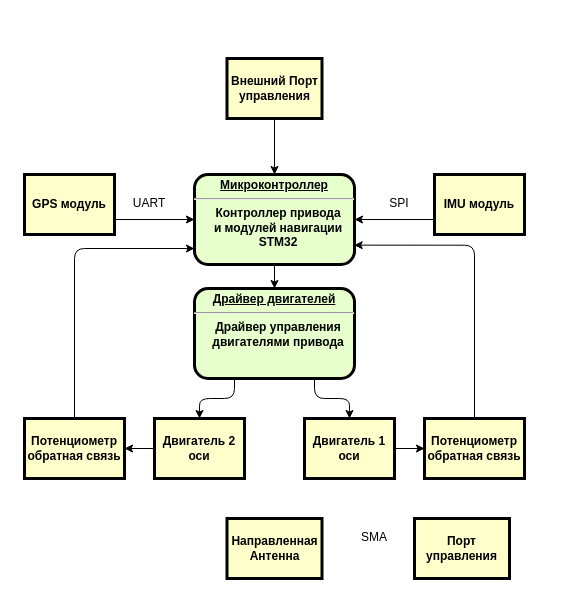
Above: two-axis gimbal.drawio in artem-sann/Two_axis_gimbal (draw.io), before the change. Source tidied: cells renumbered, new cells numbered last; positions are measured from the earlier drawing's top-left corner, leaving out a move shared by most shapes. Both pictures are drawn from the tidied source at 100%, with x=0, y=0 at pixel (24, 58).
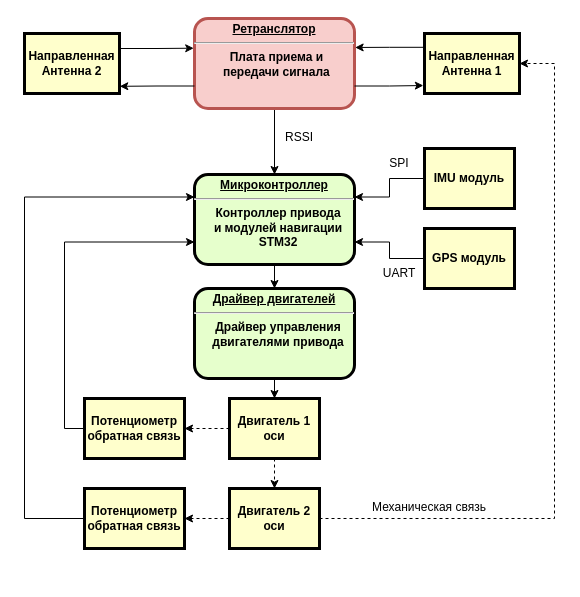
After the change.

Commit message (it also covers changes not shown here):
некоторые изменения после консультации

The change refers to these unchanged cells:
```xml
<mxCell id="3" value="&lt;p style=&quot;margin: 0px; margin-top: 4px; text-align: center; text-decoration: underline;&quot;&gt;&lt;strong&gt;Микроконтроллер&lt;/strong&gt;&lt;/p&gt;&lt;hr&gt;&lt;p style=&quot;margin: 0px; margin-left: 8px;&quot;&gt;Контроллер привода&lt;/p&gt;&lt;p style=&quot;margin: 0px; margin-left: 8px;&quot;&gt;и модулей навигации&lt;br&gt;STM32&lt;/p&gt;" style="verticalAlign=middle;align=center;overflow=fill;fontSize=12;fontFamily=Helvetica;html=1;rounded=1;fontStyle=1;strokeWidth=3;fillColor=#E6FFCC;" parent="1" vertex="1">
  <mxGeometry x="170" y="116" width="160" height="90" as="geometry" />
</mxCell>
<mxCell id="8" value="&lt;p style=&quot;margin: 0px; margin-top: 4px; text-align: center; text-decoration: underline;&quot;&gt;Драйвер двигателей&lt;/p&gt;&lt;hr&gt;&lt;p style=&quot;margin: 0px; margin-left: 8px;&quot;&gt;Драйвер управления&lt;/p&gt;&lt;p style=&quot;margin: 0px; margin-left: 8px;&quot;&gt;двигателями привода&lt;/p&gt;" style="verticalAlign=middle;align=center;overflow=fill;fontSize=12;fontFamily=Helvetica;html=1;rounded=1;fontStyle=1;strokeWidth=3;fillColor=#E6FFCC;" parent="1" vertex="1">
  <mxGeometry x="170" y="230" width="160" height="90" as="geometry" />
</mxCell>
```

Change to the diagram source:
```diff
@@
+    <mxCell id="26" style="edgeStyle=orthogonalEdgeStyle;rounded=0;jettySize=auto;html=1;exitX=0.5;exitY=1;exitDx=0;exitDy=0;entryX=0.5;entryY=0;entryDx=0;entryDy=0;dashed=1;" parent="1" edge="1" source="5" target="10">
+      <mxGeometry relative="1" as="geometry" />
+    </mxCell>
-    <mxCell id="4" style="edgeStyle=orthogonalEdgeStyle;rounded=0;jettySize=auto;html=1;" parent="1" edge="1" source="5" target="12">
+    <mxCell id="4" style="edgeStyle=orthogonalEdgeStyle;rounded=0;jettySize=auto;html=1;dashed=1;" parent="1" edge="1" source="5" target="12">
       <mxGeometry relative="1" as="geometry" />
     </mxCell>
     <mxCell id="5" value="Двигатель 1 оси" style="whiteSpace=wrap;align=center;verticalAlign=middle;fontStyle=1;strokeWidth=3;fillColor=#FFFFCC;" parent="1" vertex="1">
-      <mxGeometry x="280" y="360" width="90" height="60" as="geometry" />
+      <mxGeometry x="205" y="340" width="90" height="60" as="geometry" />
     </mxCell>
-    <mxCell id="6" style="edgeStyle=orthogonalEdgeStyle;rounded=1;jettySize=auto;html=1;exitX=0.75;exitY=1;exitDx=0;exitDy=0;entryX=0.5;entryY=0;entryDx=0;entryDy=0;curved=0;" parent="1" edge="1" source="8" target="5">
+    <mxCell id="6" style="edgeStyle=orthogonalEdgeStyle;rounded=0;jettySize=auto;html=1;exitX=0.5;exitY=1;exitDx=0;exitDy=0;" parent="1" edge="1" source="8" target="5">
       <mxGeometry relative="1" as="geometry" />
     </mxCell>
-    <mxCell id="7" style="edgeStyle=orthogonalEdgeStyle;rounded=1;jettySize=auto;html=1;exitX=0.25;exitY=1;exitDx=0;exitDy=0;curved=0;" parent="1" edge="1" source="8" target="10">
-      <mxGeometry relative="1" as="geometry" />
-    </mxCell>
@@
-    <mxCell id="9" style="edgeStyle=orthogonalEdgeStyle;rounded=0;jettySize=auto;html=1;" parent="1" edge="1" source="10" target="14">
+    <mxCell id="9" style="edgeStyle=orthogonalEdgeStyle;rounded=0;jettySize=auto;html=1;dashed=1;" parent="1" edge="1" source="10" target="14">
       <mxGeometry relative="1" as="geometry" />
     </mxCell>
+    <mxCell id="27" style="edgeStyle=orthogonalEdgeStyle;rounded=0;jettySize=auto;html=1;entryX=1;entryY=0.5;entryDx=0;entryDy=0;dashed=1;" parent="1" edge="1" source="10" target="29">
+      <mxGeometry relative="1" as="geometry">
+        <Array as="points">
+          <mxPoint x="530" y="460" />
+          <mxPoint x="530" y="5" />
+        </Array>
+      </mxGeometry>
+    </mxCell>
     <mxCell id="10" value="Двигатель 2 оси" style="whiteSpace=wrap;align=center;verticalAlign=middle;fontStyle=1;strokeWidth=3;fillColor=#FFFFCC;" parent="1" vertex="1">
-      <mxGeometry x="130" y="360" width="90" height="60" as="geometry" />
+      <mxGeometry x="205" y="430" width="90" height="60" as="geometry" />
     </mxCell>
-    <mxCell id="11" style="edgeStyle=orthogonalEdgeStyle;rounded=1;jettySize=auto;html=1;entryX=0.998;entryY=0.785;entryDx=0;entryDy=0;entryPerimeter=0;curved=0;" parent="1" edge="1" source="12" target="3">
+    <mxCell id="11" style="edgeStyle=orthogonalEdgeStyle;rounded=0;jettySize=auto;html=1;entryX=0;entryY=0.75;entryDx=0;entryDy=0;" parent="1" edge="1" source="12" target="3">
       <mxGeometry relative="1" as="geometry">
         <Array as="points">
-          <mxPoint x="450" y="187" />
-          <mxPoint x="330" y="187" />
+          <mxPoint x="40" y="370" />
+          <mxPoint x="40" y="184" />
         </Array>
       </mxGeometry>
     </mxCell>
     <mxCell id="12" value="Потенциометр обратная связь" style="whiteSpace=wrap;align=center;verticalAlign=middle;fontStyle=1;strokeWidth=3;fillColor=#FFFFCC;" parent="1" vertex="1">
-      <mxGeometry x="400" y="360" width="100" height="60" as="geometry" />
+      <mxGeometry x="60" y="340" width="100" height="60" as="geometry" />
     </mxCell>
-    <mxCell id="13" style="edgeStyle=orthogonalEdgeStyle;rounded=1;jettySize=auto;html=1;curved=0;" parent="1" edge="1" source="14">
-      <mxGeometry relative="1" as="geometry">
-        <mxPoint x="170" y="190" as="targetPoint" />
-        <Array as="points">
-          <mxPoint x="50" y="190" />
-          <mxPoint x="170" y="190" />
-        </Array>
-      </mxGeometry>
-    </mxCell>
+    <mxCell id="28" style="edgeStyle=orthogonalEdgeStyle;rounded=0;jettySize=auto;html=1;entryX=0;entryY=0.25;entryDx=0;entryDy=0;" parent="1" edge="1" source="14" target="3">
+      <mxGeometry relative="1" as="geometry">
+        <Array as="points">
+          <mxPoint y="460" />
+          <mxPoint y="138" />
+        </Array>
+      </mxGeometry>
+    </mxCell>
     <mxCell id="14" value="Потенциометр обратная связь" style="whiteSpace=wrap;align=center;verticalAlign=middle;fontStyle=1;strokeWidth=3;fillColor=#FFFFCC;" parent="1" vertex="1">
-      <mxGeometry y="360" width="100" height="60" as="geometry" />
+      <mxGeometry x="60" y="430" width="100" height="60" as="geometry" />
     </mxCell>
-    <mxCell id="15" style="edgeStyle=orthogonalEdgeStyle;rounded=0;jettySize=auto;html=1;exitX=1;exitY=0.75;exitDx=0;exitDy=0;entryX=0;entryY=0.5;entryDx=0;entryDy=0;" parent="1" edge="1" source="16" target="3">
+    <mxCell id="15" style="edgeStyle=orthogonalEdgeStyle;rounded=0;jettySize=auto;html=1;entryX=1;entryY=0.75;entryDx=0;entryDy=0;" parent="1" edge="1" source="16" target="3">
       <mxGeometry relative="1" as="geometry" />
     </mxCell>
     <mxCell id="16" value="GPS модуль" style="whiteSpace=wrap;align=center;verticalAlign=middle;fontStyle=1;strokeWidth=3;fillColor=#FFFFCC;" parent="1" vertex="1">
-      <mxGeometry y="116" width="90" height="60" as="geometry" />
+      <mxGeometry x="400" y="170" width="90" height="60" as="geometry" />
     </mxCell>
-    <mxCell id="17" style="edgeStyle=orthogonalEdgeStyle;rounded=0;jettySize=auto;html=1;entryX=1;entryY=0.5;entryDx=0;entryDy=0;" parent="1" edge="1" source="18" target="3">
-      <mxGeometry relative="1" as="geometry">
-        <Array as="points">
-          <mxPoint x="495" y="161" />
-        </Array>
-      </mxGeometry>
+    <mxCell id="17" style="edgeStyle=orthogonalEdgeStyle;rounded=0;jettySize=auto;html=1;entryX=1;entryY=0.25;entryDx=0;entryDy=0;" parent="1" edge="1" source="18" target="3">
+      <mxGeometry relative="1" as="geometry" />
     </mxCell>
     <mxCell id="18" value="IMU модуль" style="whiteSpace=wrap;align=center;verticalAlign=middle;fontStyle=1;strokeWidth=3;fillColor=#FFFFCC;" parent="1" vertex="1">
-      <mxGeometry x="410" y="116" width="90" height="60" as="geometry" />
+      <mxGeometry x="400" y="90" width="90" height="60" as="geometry" />
     </mxCell>
-    <mxCell id="19" value="Направленная&#10;Антенна" style="whiteSpace=wrap;align=center;verticalAlign=middle;fontStyle=1;strokeWidth=3;fillColor=#FFFFCC;" parent="1" vertex="1">
-      <mxGeometry x="202.5" y="460" width="95" height="60" as="geometry" />
+    <mxCell id="19" value="Направленная&#10;Антенна 2" style="whiteSpace=wrap;align=center;verticalAlign=middle;fontStyle=1;strokeWidth=3;fillColor=#FFFFCC;" parent="1" vertex="1">
+      <mxGeometry y="-25" width="95" height="60" as="geometry" />
     </mxCell>
     <mxCell id="20" value="SPI" style="text;spacingTop=-5;align=center;" parent="1" vertex="1">
-      <mxGeometry x="360" y="136" width="30" height="20" as="geometry" />
+      <mxGeometry x="360" y="96" width="30" height="20" as="geometry" />
     </mxCell>
     <mxCell id="21" value="UART" style="text;spacingTop=-5;align=center;" parent="1" vertex="1">
-      <mxGeometry x="110" y="136" width="30" height="20" as="geometry" />
+      <mxGeometry x="360" y="206" width="30" height="20" as="geometry" />
     </mxCell>
-    <mxCell id="22" style="edgeStyle=orthogonalEdgeStyle;rounded=0;jettySize=auto;html=1;entryX=0.5;entryY=0;entryDx=0;entryDy=0;" parent="1" edge="1" source="23" target="3">
-      <mxGeometry relative="1" as="geometry" />
-    </mxCell>
-    <mxCell id="23" value="Внешний Порт управления" style="whiteSpace=wrap;align=center;verticalAlign=middle;fontStyle=1;strokeWidth=3;fillColor=#FFFFCC;" parent="1" vertex="1">
-      <mxGeometry x="202.5" width="95" height="60" as="geometry" />
-    </mxCell>
-    <mxCell id="24" value="SMA" style="text;spacingTop=-5;align=center;" parent="1" vertex="1">
-      <mxGeometry x="335" y="470" width="30" height="20" as="geometry" />
-    </mxCell>
-    <mxCell id="25" value="Порт управления" style="whiteSpace=wrap;align=center;verticalAlign=middle;fontStyle=1;strokeWidth=3;fillColor=#FFFFCC;" parent="1" vertex="1">
-      <mxGeometry x="390" y="460" width="95" height="60" as="geometry" />
-    </mxCell>
+    <mxCell id="29" value="Направленная&#10;Антенна 1" style="whiteSpace=wrap;align=center;verticalAlign=middle;fontStyle=1;strokeWidth=3;fillColor=#FFFFCC;" parent="1" vertex="1">
+      <mxGeometry x="400" y="-25" width="95" height="60" as="geometry" />
+    </mxCell>
+    <mxCell id="30" style="edgeStyle=orthogonalEdgeStyle;rounded=0;jettySize=auto;html=1;" parent="1" edge="1" source="31" target="3">
+      <mxGeometry relative="1" as="geometry" />
+    </mxCell>
+    <mxCell id="31" value="&lt;p style=&quot;margin: 0px; margin-top: 4px; text-align: center; text-decoration: underline;&quot;&gt;Ретранслятор&lt;/p&gt;&lt;hr&gt;&lt;p style=&quot;margin: 0px; margin-left: 8px;&quot;&gt;Плата приема и&amp;nbsp;&lt;/p&gt;&lt;p style=&quot;margin: 0px; margin-left: 8px;&quot;&gt;передачи&amp;nbsp;&lt;span style=&quot;background-color: initial;&quot;&gt;сигнала&amp;nbsp;&lt;/span&gt;&lt;/p&gt;" style="verticalAlign=middle;align=center;overflow=fill;fontSize=12;fontFamily=Helvetica;html=1;rounded=1;fontStyle=1;strokeWidth=3;fillColor=#f8cecc;strokeColor=#b85450;" parent="1" vertex="1">
+      <mxGeometry x="170" y="-40" width="160" height="90" as="geometry" />
+    </mxCell>
+    <mxCell id="32" value="RSSI" style="text;spacingTop=-5;align=center;" parent="1" vertex="1">
+      <mxGeometry x="260" y="70" width="30" height="20" as="geometry" />
+    </mxCell>
+    <mxCell id="33" style="edgeStyle=orthogonalEdgeStyle;rounded=0;jettySize=auto;html=1;exitX=1;exitY=0.25;exitDx=0;exitDy=0;entryX=-0.005;entryY=0.33;entryDx=0;entryDy=0;entryPerimeter=0;" parent="1" edge="1" source="19" target="31">
+      <mxGeometry relative="1" as="geometry" />
+    </mxCell>
+    <mxCell id="34" style="edgeStyle=orthogonalEdgeStyle;rounded=0;jettySize=auto;html=1;exitX=0;exitY=0.75;exitDx=0;exitDy=0;entryX=1.003;entryY=0.88;entryDx=0;entryDy=0;entryPerimeter=0;" parent="1" edge="1" source="31" target="19">
+      <mxGeometry relative="1" as="geometry" />
+    </mxCell>
+    <mxCell id="35" style="edgeStyle=orthogonalEdgeStyle;rounded=0;jettySize=auto;html=1;exitX=0.005;exitY=0.23;exitDx=0;exitDy=0;entryX=1.004;entryY=0.322;entryDx=0;entryDy=0;entryPerimeter=0;exitPerimeter=0;" parent="1" edge="1" source="29" target="31">
+      <mxGeometry relative="1" as="geometry" />
+    </mxCell>
+    <mxCell id="36" style="edgeStyle=orthogonalEdgeStyle;rounded=0;jettySize=auto;html=1;exitX=1;exitY=0.75;exitDx=0;exitDy=0;entryX=-0.012;entryY=0.867;entryDx=0;entryDy=0;entryPerimeter=0;" parent="1" edge="1" source="31" target="29">
+      <mxGeometry relative="1" as="geometry" />
+    </mxCell>
+    <mxCell id="37" value="Механическая связь" style="text;spacingTop=-5;align=center;" parent="1" vertex="1">
+      <mxGeometry x="390" y="440" width="30" height="20" as="geometry" />
+    </mxCell>
```
